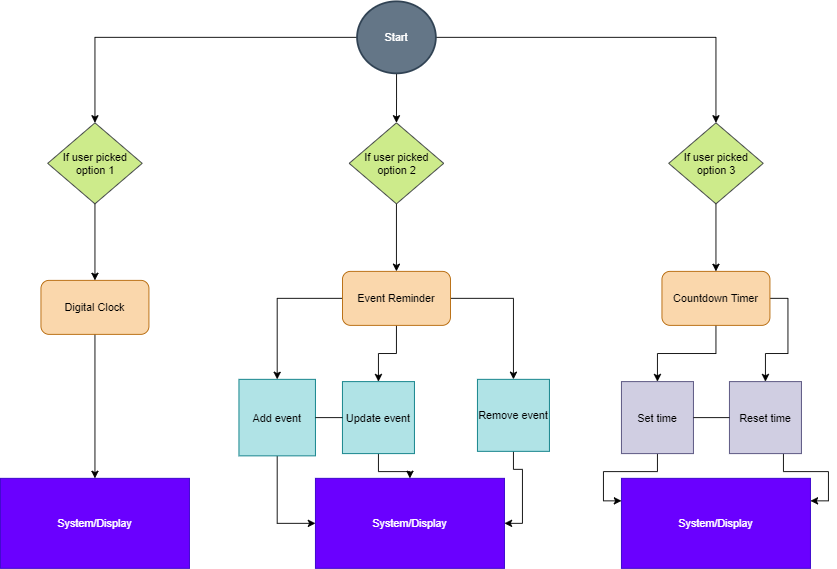
The draw.io diagram 2_Design/activitydiagram.png in HritujWadyalkar/STEPin_MiniProject, before a commit. Source tidied: cells renumbered, new cells last; positions are measured from the earlier drawing's top-left corner, leaving out a move shared by most shapes. Source of this version:
```xml
<mxGraphModel>
  <root>
    <mxCell id="0" />
    <mxCell id="1" parent="0" />
    <mxCell id="2" value="System/Display" style="rounded=0;whiteSpace=wrap;html=1;fillColor=#6a00ff;strokeColor=#3700CC;fontColor=#ffffff;" parent="1" vertex="1">
      <mxGeometry y="530" width="210" height="100" as="geometry" />
    </mxCell>
    <mxCell id="3" style="edgeStyle=orthogonalEdgeStyle;rounded=0;jettySize=auto;html=1;entryX=0.5;entryY=0;entryDx=0;entryDy=0;" parent="1" edge="1" source="4" target="2">
      <mxGeometry relative="1" as="geometry" />
    </mxCell>
    <mxCell id="4" value="Digital Clock" style="rounded=1;whiteSpace=wrap;html=1;fillColor=#fad7ac;strokeColor=#b46504;" parent="1" vertex="1">
      <mxGeometry x="45" y="310" width="120" height="60" as="geometry" />
    </mxCell>
    <mxCell id="5" style="edgeStyle=orthogonalEdgeStyle;rounded=0;jettySize=auto;html=1;entryX=0.5;entryY=0;entryDx=0;entryDy=0;" parent="1" edge="1" source="8" target="15">
      <mxGeometry relative="1" as="geometry" />
    </mxCell>
    <mxCell id="6" style="edgeStyle=orthogonalEdgeStyle;rounded=0;jettySize=auto;html=1;exitX=0;exitY=0.5;exitDx=0;exitDy=0;entryX=0.5;entryY=0;entryDx=0;entryDy=0;" parent="1" edge="1" source="8" target="13">
      <mxGeometry relative="1" as="geometry" />
    </mxCell>
    <mxCell id="7" style="edgeStyle=orthogonalEdgeStyle;rounded=0;jettySize=auto;html=1;exitX=1;exitY=0.5;exitDx=0;exitDy=0;entryX=0.5;entryY=0;entryDx=0;entryDy=0;" parent="1" edge="1" source="8" target="17">
      <mxGeometry relative="1" as="geometry" />
    </mxCell>
    <mxCell id="8" value="Event Reminder" style="rounded=1;whiteSpace=wrap;html=1;fillColor=#fad7ac;strokeColor=#b46504;" parent="1" vertex="1">
      <mxGeometry x="380" y="300" width="120" height="60" as="geometry" />
    </mxCell>
    <mxCell id="9" style="edgeStyle=orthogonalEdgeStyle;rounded=0;jettySize=auto;html=1;entryX=0.5;entryY=0;entryDx=0;entryDy=0;" parent="1" edge="1" source="11" target="19">
      <mxGeometry relative="1" as="geometry" />
    </mxCell>
    <mxCell id="10" style="edgeStyle=orthogonalEdgeStyle;rounded=0;jettySize=auto;html=1;exitX=1;exitY=0.5;exitDx=0;exitDy=0;" parent="1" edge="1" source="11" target="21">
      <mxGeometry relative="1" as="geometry" />
    </mxCell>
    <mxCell id="11" value="Countdown Timer" style="rounded=1;whiteSpace=wrap;html=1;fillColor=#fad7ac;strokeColor=#b46504;" parent="1" vertex="1">
      <mxGeometry x="735" y="300" width="120" height="60" as="geometry" />
    </mxCell>
    <mxCell id="12" style="edgeStyle=orthogonalEdgeStyle;rounded=0;jettySize=auto;html=1;exitX=0.5;exitY=1;exitDx=0;exitDy=0;entryX=0;entryY=0.5;entryDx=0;entryDy=0;" parent="1" edge="1" source="13" target="24">
      <mxGeometry relative="1" as="geometry" />
    </mxCell>
    <mxCell id="13" value="Add event" style="whiteSpace=wrap;html=1;fillColor=#b0e3e6;strokeColor=#0e8088;" parent="1" vertex="1">
      <mxGeometry x="265" y="420" width="85" height="85" as="geometry" />
    </mxCell>
    <mxCell id="14" style="edgeStyle=orthogonalEdgeStyle;rounded=0;jettySize=auto;html=1;exitX=0.5;exitY=1;exitDx=0;exitDy=0;" parent="1" edge="1" source="15" target="24">
      <mxGeometry relative="1" as="geometry" />
    </mxCell>
    <mxCell id="15" value="Update event" style="whiteSpace=wrap;html=1;fillColor=#b0e3e6;strokeColor=#0e8088;" parent="1" vertex="1">
      <mxGeometry x="380" y="422.5" width="80" height="80" as="geometry" />
    </mxCell>
    <mxCell id="16" style="edgeStyle=orthogonalEdgeStyle;rounded=0;jettySize=auto;html=1;entryX=1;entryY=0.5;entryDx=0;entryDy=0;" parent="1" edge="1" source="17" target="24">
      <mxGeometry relative="1" as="geometry" />
    </mxCell>
    <mxCell id="17" value="Remove event" style="whiteSpace=wrap;html=1;fillColor=#b0e3e6;strokeColor=#0e8088;" parent="1" vertex="1">
      <mxGeometry x="530" y="420" width="80" height="80" as="geometry" />
    </mxCell>
    <mxCell id="18" style="edgeStyle=orthogonalEdgeStyle;rounded=0;jettySize=auto;html=1;entryX=0;entryY=0.25;entryDx=0;entryDy=0;" parent="1" edge="1" source="19" target="25">
      <mxGeometry relative="1" as="geometry" />
    </mxCell>
    <mxCell id="19" value="Set time" style="whiteSpace=wrap;html=1;fillColor=#d0cee2;strokeColor=#56517e;" parent="1" vertex="1">
      <mxGeometry x="690" y="422.5" width="80" height="80" as="geometry" />
    </mxCell>
    <mxCell id="20" style="edgeStyle=orthogonalEdgeStyle;rounded=0;jettySize=auto;html=1;exitX=0.75;exitY=1;exitDx=0;exitDy=0;entryX=1;entryY=0.25;entryDx=0;entryDy=0;" parent="1" edge="1" source="21" target="25">
      <mxGeometry relative="1" as="geometry" />
    </mxCell>
    <mxCell id="21" value="Reset time" style="whiteSpace=wrap;html=1;fillColor=#d0cee2;strokeColor=#56517e;" parent="1" vertex="1">
      <mxGeometry x="810" y="422.5" width="80" height="80" as="geometry" />
    </mxCell>
    <mxCell id="22" style="endArrow=none;html=1;exitX=1;exitY=0.5;exitDx=0;exitDy=0;entryX=0;entryY=0.5;entryDx=0;entryDy=0;" parent="1" edge="1" source="13" target="15">
      <mxGeometry relative="1" as="geometry" />
    </mxCell>
    <mxCell id="23" style="endArrow=none;html=1;entryX=0;entryY=0.5;entryDx=0;entryDy=0;exitX=1;exitY=0.5;exitDx=0;exitDy=0;" parent="1" edge="1" source="19" target="21">
      <mxGeometry relative="1" as="geometry" />
    </mxCell>
    <mxCell id="24" value="System/Display" style="rounded=0;whiteSpace=wrap;html=1;fillColor=#6a00ff;strokeColor=#3700CC;fontColor=#ffffff;" parent="1" vertex="1">
      <mxGeometry x="350" y="530" width="210" height="100" as="geometry" />
    </mxCell>
    <mxCell id="25" value="System/Display" style="rounded=0;whiteSpace=wrap;html=1;fillColor=#6a00ff;strokeColor=#3700CC;fontColor=#ffffff;" parent="1" vertex="1">
      <mxGeometry x="690" y="530" width="210" height="100" as="geometry" />
    </mxCell>
    <mxCell id="26" style="edgeStyle=orthogonalEdgeStyle;rounded=0;jettySize=auto;html=1;" parent="1" edge="1" source="27" target="4">
      <mxGeometry relative="1" as="geometry" />
    </mxCell>
    <mxCell id="27" value="If user picked option 1" style="rhombus;whiteSpace=wrap;html=1;fillColor=#cdeb8b;strokeColor=#36393d;" parent="1" vertex="1">
      <mxGeometry x="52.5" y="135" width="105" height="90" as="geometry" />
    </mxCell>
    <mxCell id="28" style="edgeStyle=orthogonalEdgeStyle;rounded=0;jettySize=auto;html=1;" parent="1" edge="1" source="29" target="8">
      <mxGeometry relative="1" as="geometry" />
    </mxCell>
    <mxCell id="29" value="If user picked option 2" style="rhombus;whiteSpace=wrap;html=1;fillColor=#cdeb8b;strokeColor=#36393d;" parent="1" vertex="1">
      <mxGeometry x="387.5" y="135" width="105" height="90" as="geometry" />
    </mxCell>
    <mxCell id="30" style="edgeStyle=orthogonalEdgeStyle;rounded=0;jettySize=auto;html=1;" parent="1" edge="1" source="31" target="11">
      <mxGeometry relative="1" as="geometry" />
    </mxCell>
    <mxCell id="31" value="If user picked option 3" style="rhombus;whiteSpace=wrap;html=1;fillColor=#cdeb8b;strokeColor=#36393d;" parent="1" vertex="1">
      <mxGeometry x="742.5" y="135" width="105" height="90" as="geometry" />
    </mxCell>
    <mxCell id="32" style="edgeStyle=orthogonalEdgeStyle;rounded=0;jettySize=auto;html=1;entryX=0.5;entryY=0;entryDx=0;entryDy=0;" parent="1" edge="1" source="35" target="27">
      <mxGeometry relative="1" as="geometry" />
    </mxCell>
    <mxCell id="33" style="edgeStyle=orthogonalEdgeStyle;rounded=0;jettySize=auto;html=1;" parent="1" edge="1" source="35" target="29">
      <mxGeometry relative="1" as="geometry" />
    </mxCell>
    <mxCell id="34" style="edgeStyle=orthogonalEdgeStyle;rounded=0;jettySize=auto;html=1;" parent="1" edge="1" source="35" target="31">
      <mxGeometry relative="1" as="geometry" />
    </mxCell>
    <mxCell id="35" value="Start" style="strokeWidth=2;html=1;shape=mxgraph.flowchart.start_2;whiteSpace=wrap;strokeColor=#314354;fillColor=#647687;fontColor=#ffffff;" parent="1" vertex="1">
      <mxGeometry x="396.2" width="87.5" height="80" as="geometry" />
    </mxCell>
  </root>
</mxGraphModel>
```
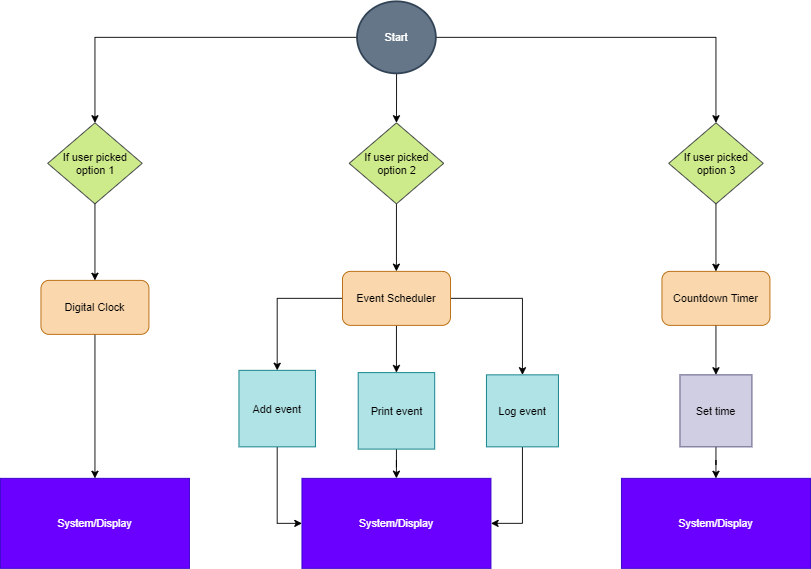
The same diagram one commit later.

Change to the diagram source:
```diff
@@ -11,24 +11,21 @@
     <mxCell id="4" value="Digital Clock" style="rounded=1;whiteSpace=wrap;html=1;fillColor=#fad7ac;strokeColor=#b46504;" parent="1" vertex="1">
       <mxGeometry x="45" y="310" width="120" height="60" as="geometry" />
     </mxCell>
-    <mxCell id="5" style="edgeStyle=orthogonalEdgeStyle;rounded=0;jettySize=auto;html=1;entryX=0.5;entryY=0;entryDx=0;entryDy=0;" parent="1" edge="1" source="8" target="15">
-      <mxGeometry relative="1" as="geometry" />
-    </mxCell>
     <mxCell id="6" style="edgeStyle=orthogonalEdgeStyle;rounded=0;jettySize=auto;html=1;exitX=0;exitY=0.5;exitDx=0;exitDy=0;entryX=0.5;entryY=0;entryDx=0;entryDy=0;" parent="1" edge="1" source="8" target="13">
       <mxGeometry relative="1" as="geometry" />
     </mxCell>
     <mxCell id="7" style="edgeStyle=orthogonalEdgeStyle;rounded=0;jettySize=auto;html=1;exitX=1;exitY=0.5;exitDx=0;exitDy=0;entryX=0.5;entryY=0;entryDx=0;entryDy=0;" parent="1" edge="1" source="8" target="17">
       <mxGeometry relative="1" as="geometry" />
     </mxCell>
+    <mxCell id="36" style="edgeStyle=orthogonalEdgeStyle;rounded=0;jettySize=auto;html=1;entryX=0.5;entryY=0;entryDx=0;entryDy=0;" parent="1" edge="1" source="8" target="38">
+      <mxGeometry relative="1" as="geometry" />
+    </mxCell>
-    <mxCell id="8" value="Event Reminder" style="rounded=1;whiteSpace=wrap;html=1;fillColor=#fad7ac;strokeColor=#b46504;" parent="1" vertex="1">
+    <mxCell id="8" value="Event Scheduler" style="rounded=1;whiteSpace=wrap;html=1;fillColor=#fad7ac;strokeColor=#b46504;" parent="1" vertex="1">
       <mxGeometry x="380" y="300" width="120" height="60" as="geometry" />
     </mxCell>
     <mxCell id="9" style="edgeStyle=orthogonalEdgeStyle;rounded=0;jettySize=auto;html=1;entryX=0.5;entryY=0;entryDx=0;entryDy=0;" parent="1" edge="1" source="11" target="19">
       <mxGeometry relative="1" as="geometry" />
     </mxCell>
-    <mxCell id="10" style="edgeStyle=orthogonalEdgeStyle;rounded=0;jettySize=auto;html=1;exitX=1;exitY=0.5;exitDx=0;exitDy=0;" parent="1" edge="1" source="11" target="21">
-      <mxGeometry relative="1" as="geometry" />
-    </mxCell>
     <mxCell id="11" value="Countdown Timer" style="rounded=1;whiteSpace=wrap;html=1;fillColor=#fad7ac;strokeColor=#b46504;" parent="1" vertex="1">
       <mxGeometry x="735" y="300" width="120" height="60" as="geometry" />
     </mxCell>
@@ -36,40 +33,22 @@
       <mxGeometry relative="1" as="geometry" />
     </mxCell>
     <mxCell id="13" value="Add event" style="whiteSpace=wrap;html=1;fillColor=#b0e3e6;strokeColor=#0e8088;" parent="1" vertex="1">
-      <mxGeometry x="265" y="420" width="85" height="85" as="geometry" />
+      <mxGeometry x="265" y="410" width="85" height="85" as="geometry" />
     </mxCell>
-    <mxCell id="14" style="edgeStyle=orthogonalEdgeStyle;rounded=0;jettySize=auto;html=1;exitX=0.5;exitY=1;exitDx=0;exitDy=0;" parent="1" edge="1" source="15" target="24">
-      <mxGeometry relative="1" as="geometry" />
-    </mxCell>
-    <mxCell id="15" value="Update event" style="whiteSpace=wrap;html=1;fillColor=#b0e3e6;strokeColor=#0e8088;" parent="1" vertex="1">
-      <mxGeometry x="380" y="422.5" width="80" height="80" as="geometry" />
-    </mxCell>
     <mxCell id="16" style="edgeStyle=orthogonalEdgeStyle;rounded=0;jettySize=auto;html=1;entryX=1;entryY=0.5;entryDx=0;entryDy=0;" parent="1" edge="1" source="17" target="24">
       <mxGeometry relative="1" as="geometry" />
     </mxCell>
-    <mxCell id="17" value="Remove event" style="whiteSpace=wrap;html=1;fillColor=#b0e3e6;strokeColor=#0e8088;" parent="1" vertex="1">
-      <mxGeometry x="530" y="420" width="80" height="80" as="geometry" />
+    <mxCell id="17" value="Log event" style="whiteSpace=wrap;html=1;fillColor=#b0e3e6;strokeColor=#0e8088;" parent="1" vertex="1">
+      <mxGeometry x="540" y="415" width="80" height="80" as="geometry" />
     </mxCell>
-    <mxCell id="18" style="edgeStyle=orthogonalEdgeStyle;rounded=0;jettySize=auto;html=1;entryX=0;entryY=0.25;entryDx=0;entryDy=0;" parent="1" edge="1" source="19" target="25">
+    <mxCell id="18" style="edgeStyle=orthogonalEdgeStyle;rounded=0;jettySize=auto;html=1;entryX=0.5;entryY=0;entryDx=0;entryDy=0;" parent="1" edge="1" source="19" target="25">
       <mxGeometry relative="1" as="geometry" />
     </mxCell>
     <mxCell id="19" value="Set time" style="whiteSpace=wrap;html=1;fillColor=#d0cee2;strokeColor=#56517e;" parent="1" vertex="1">
-      <mxGeometry x="690" y="422.5" width="80" height="80" as="geometry" />
+      <mxGeometry x="755" y="415" width="80" height="80" as="geometry" />
     </mxCell>
-    <mxCell id="20" style="edgeStyle=orthogonalEdgeStyle;rounded=0;jettySize=auto;html=1;exitX=0.75;exitY=1;exitDx=0;exitDy=0;entryX=1;entryY=0.25;entryDx=0;entryDy=0;" parent="1" edge="1" source="21" target="25">
-      <mxGeometry relative="1" as="geometry" />
-    </mxCell>
-    <mxCell id="21" value="Reset time" style="whiteSpace=wrap;html=1;fillColor=#d0cee2;strokeColor=#56517e;" parent="1" vertex="1">
-      <mxGeometry x="810" y="422.5" width="80" height="80" as="geometry" />
-    </mxCell>
-    <mxCell id="22" style="endArrow=none;html=1;exitX=1;exitY=0.5;exitDx=0;exitDy=0;entryX=0;entryY=0.5;entryDx=0;entryDy=0;" parent="1" edge="1" source="13" target="15">
-      <mxGeometry relative="1" as="geometry" />
-    </mxCell>
-    <mxCell id="23" style="endArrow=none;html=1;entryX=0;entryY=0.5;entryDx=0;entryDy=0;exitX=1;exitY=0.5;exitDx=0;exitDy=0;" parent="1" edge="1" source="19" target="21">
-      <mxGeometry relative="1" as="geometry" />
-    </mxCell>
     <mxCell id="24" value="System/Display" style="rounded=0;whiteSpace=wrap;html=1;fillColor=#6a00ff;strokeColor=#3700CC;fontColor=#ffffff;" parent="1" vertex="1">
-      <mxGeometry x="350" y="530" width="210" height="100" as="geometry" />
+      <mxGeometry x="335" y="530" width="210" height="100" as="geometry" />
     </mxCell>
     <mxCell id="25" value="System/Display" style="rounded=0;whiteSpace=wrap;html=1;fillColor=#6a00ff;strokeColor=#3700CC;fontColor=#ffffff;" parent="1" vertex="1">
       <mxGeometry x="690" y="530" width="210" height="100" as="geometry" />
@@ -104,5 +83,11 @@
     <mxCell id="35" value="Start" style="strokeWidth=2;html=1;shape=mxgraph.flowchart.start_2;whiteSpace=wrap;strokeColor=#314354;fillColor=#647687;fontColor=#ffffff;" parent="1" vertex="1">
       <mxGeometry x="396.2" width="87.5" height="80" as="geometry" />
     </mxCell>
+    <mxCell id="37" style="edgeStyle=orthogonalEdgeStyle;rounded=0;jettySize=auto;html=1;" parent="1" edge="1" source="38" target="24">
+      <mxGeometry relative="1" as="geometry" />
+    </mxCell>
+    <mxCell id="38" value="Print event" style="whiteSpace=wrap;html=1;fillColor=#b0e3e6;strokeColor=#0e8088;" parent="1" vertex="1">
+      <mxGeometry x="397.5" y="412.5" width="85" height="85" as="geometry" />
+    </mxCell>
   </root>
 </mxGraphModel>
```
